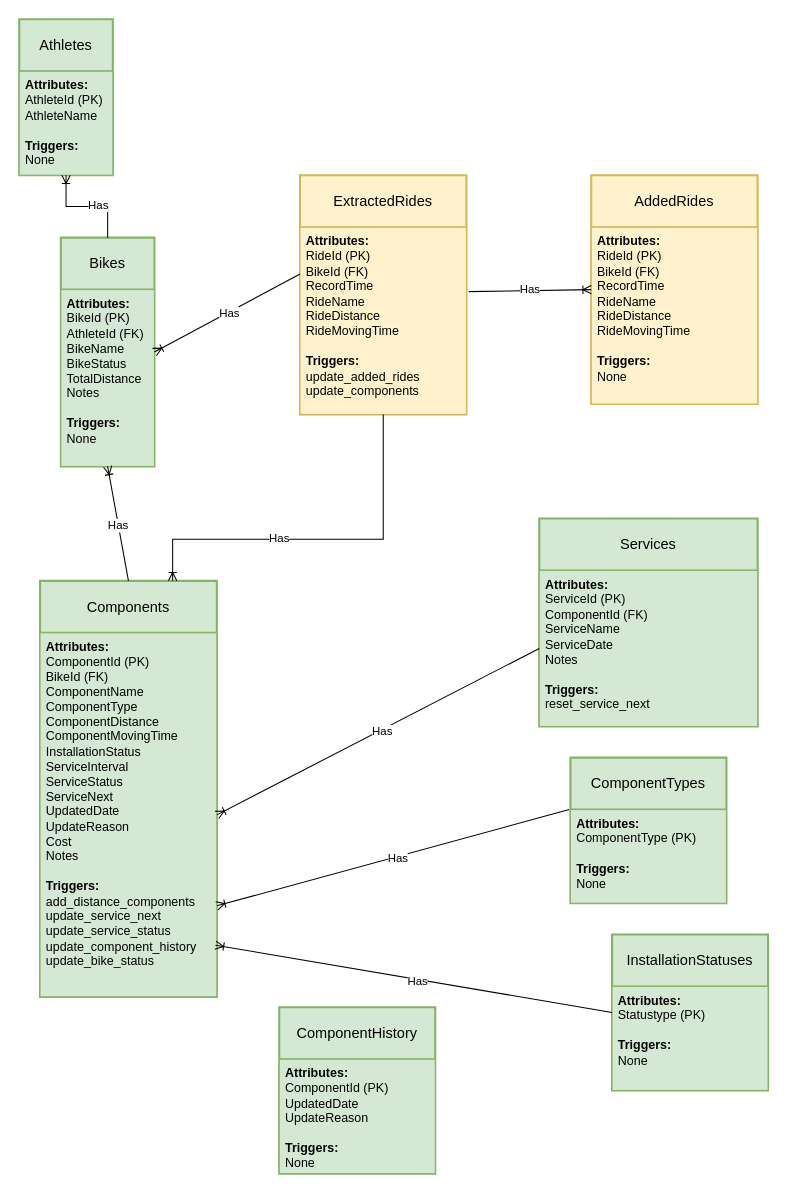
xivind/velo-supervisor-2000 keeps this draw.io diagram as page "ER diagram" (2 of 3) of docs/erd_complete.drawio. Above is the earlier version. Source tidied: cells renumbered, new cells numbered last; positions are measured from the earlier drawing's top-left corner, leaving out a move shared by most shapes. Both pictures are drawn from the tidied source at 104%, with x=0, y=0 at pixel (19, 19).
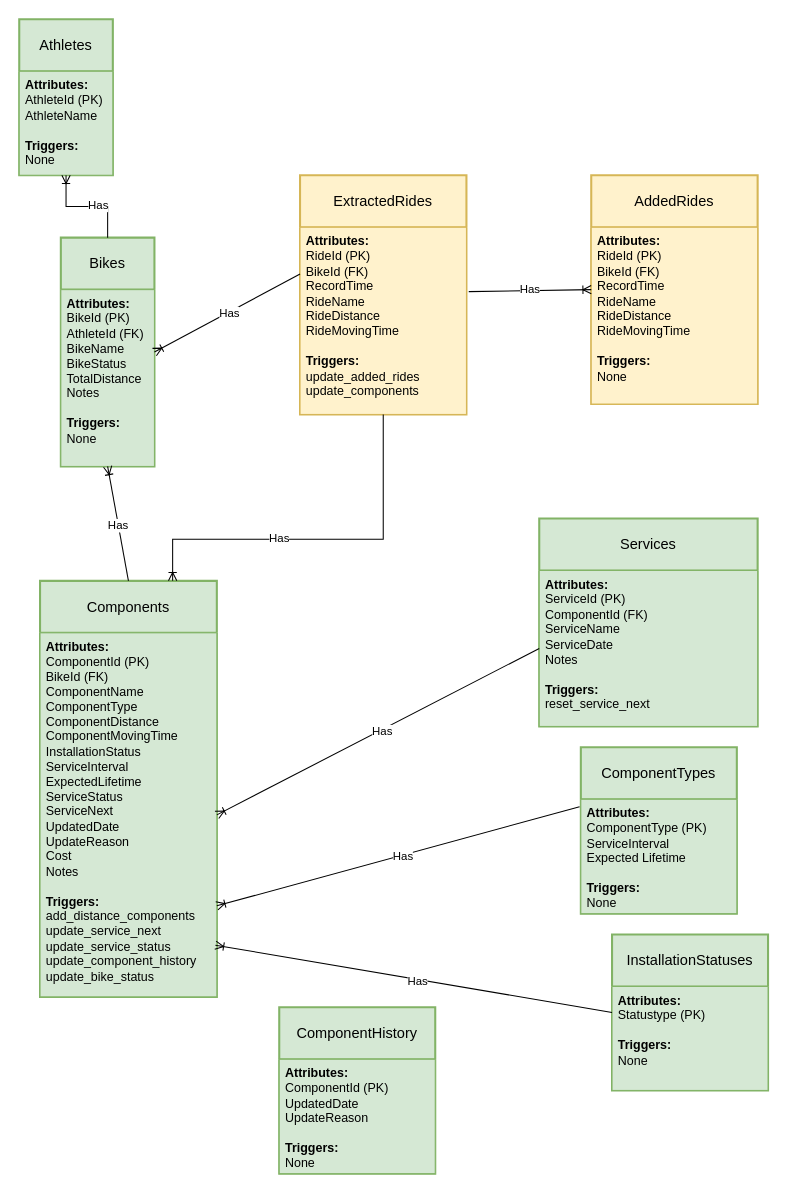
The same page after the edit.

Unchanged cells that the change refers to:
```xml
<mxCell id="8" value="Components" style="swimlane;horizontal=1;startSize=50;rounded=1;fontSize=14;fontStyle=0;strokeWidth=2;shadow=0;dashed=0;align=center;arcSize=0;whiteSpace=wrap;html=1;fillColor=#d5e8d4;strokeColor=#82b366;" parent="1" vertex="1">
  <mxGeometry x="20" y="540" width="170" height="400" as="geometry" />
</mxCell>
```

The edit, as a diff of the source:
```diff
@@
-    <mxCell id="9" value="&lt;div&gt;&lt;span style=&quot;background-color: initial;&quot;&gt;&lt;b&gt;Attributes:&lt;/b&gt;&lt;/span&gt;&lt;/div&gt;&lt;div&gt;&lt;span style=&quot;background-color: initial;&quot;&gt;ComponentId (PK)&lt;/span&gt;&lt;br&gt;&lt;/div&gt;&lt;div&gt;BikeId (FK)&lt;/div&gt;ComponentName&lt;div&gt;ComponentType&lt;/div&gt;&lt;div&gt;ComponentDistance&lt;br&gt;&lt;/div&gt;&lt;div&gt;ComponentMovingTime&lt;br&gt;&lt;/div&gt;&lt;div&gt;InstallationStatus&lt;/div&gt;&lt;div&gt;ServiceInterval&lt;/div&gt;&lt;div&gt;ServiceStatus&lt;/div&gt;&lt;div&gt;ServiceNext&lt;/div&gt;&lt;div&gt;&lt;span style=&quot;background-color: initial;&quot;&gt;Updated&lt;/span&gt;&lt;span style=&quot;background-color: initial;&quot;&gt;Date&lt;/span&gt;&lt;br&gt;&lt;/div&gt;&lt;div&gt;UpdateReason&lt;/div&gt;&lt;div&gt;Cost&lt;/div&gt;&lt;div&gt;Notes&lt;/div&gt;&lt;div&gt;&lt;br&gt;&lt;/div&gt;&lt;div&gt;&lt;b&gt;Triggers:&lt;/b&gt;&lt;/div&gt;&lt;div&gt;add_distance_components&lt;/div&gt;&lt;div&gt;update_service_next&lt;/div&gt;&lt;div&gt;update_service_status&lt;/div&gt;&lt;div&gt;update_component_history&lt;/div&gt;&lt;div&gt;update_bike_status&lt;/div&gt;" style="align=left;strokeColor=#82b366;fillColor=#d5e8d4;spacingLeft=4;fontSize=12;verticalAlign=top;html=1;" parent="8" vertex="1">
+    <mxCell id="9" value="&lt;div&gt;&lt;span style=&quot;background-color: initial;&quot;&gt;&lt;b&gt;Attributes:&lt;/b&gt;&lt;/span&gt;&lt;/div&gt;&lt;div&gt;&lt;span style=&quot;background-color: initial;&quot;&gt;ComponentId (PK)&lt;/span&gt;&lt;br&gt;&lt;/div&gt;&lt;div&gt;BikeId (FK)&lt;/div&gt;ComponentName&lt;div&gt;ComponentType&lt;/div&gt;&lt;div&gt;ComponentDistance&lt;br&gt;&lt;/div&gt;&lt;div&gt;ComponentMovingTime&lt;br&gt;&lt;/div&gt;&lt;div&gt;InstallationStatus&lt;/div&gt;&lt;div&gt;ServiceInterval&lt;/div&gt;&lt;div&gt;ExpectedLifetime&lt;/div&gt;&lt;div&gt;ServiceStatus&lt;/div&gt;&lt;div&gt;ServiceNext&lt;/div&gt;&lt;div&gt;&lt;span style=&quot;background-color: initial;&quot;&gt;Updated&lt;/span&gt;&lt;span style=&quot;background-color: initial;&quot;&gt;Date&lt;/span&gt;&lt;br&gt;&lt;/div&gt;&lt;div&gt;UpdateReason&lt;/div&gt;&lt;div&gt;Cost&lt;/div&gt;&lt;div&gt;Notes&lt;/div&gt;&lt;div&gt;&lt;br&gt;&lt;/div&gt;&lt;div&gt;&lt;b&gt;Triggers:&lt;/b&gt;&lt;/div&gt;&lt;div&gt;add_distance_components&lt;/div&gt;&lt;div&gt;update_service_next&lt;/div&gt;&lt;div&gt;update_service_status&lt;/div&gt;&lt;div&gt;update_component_history&lt;/div&gt;&lt;div&gt;update_bike_status&lt;/div&gt;" style="align=left;strokeColor=#82b366;fillColor=#d5e8d4;spacingLeft=4;fontSize=12;verticalAlign=top;html=1;" parent="8" vertex="1">
       <mxGeometry y="50" width="170" height="350" as="geometry" />
     </mxCell>
@@
     <mxCell id="26" value="ComponentTypes" style="swimlane;horizontal=1;startSize=50;rounded=1;fontSize=14;fontStyle=0;strokeWidth=2;shadow=0;dashed=0;align=center;arcSize=0;whiteSpace=wrap;html=1;fillColor=#d5e8d4;strokeColor=#82b366;" parent="1" vertex="1">
-      <mxGeometry x="530" y="710" width="150" height="140" as="geometry" />
+      <mxGeometry x="540" y="700" width="150" height="160" as="geometry" />
     </mxCell>
-    <mxCell id="27" value="&lt;div&gt;&lt;b&gt;Attributes:&lt;/b&gt;&lt;br&gt;&lt;/div&gt;&lt;div&gt;ComponentType (PK)&lt;/div&gt;&lt;div&gt;&lt;br&gt;&lt;/div&gt;&lt;div&gt;&lt;div&gt;&lt;b&gt;Triggers:&lt;/b&gt;&lt;br&gt;&lt;/div&gt;&lt;div&gt;None&lt;/div&gt;&lt;/div&gt;" style="align=left;strokeColor=#82b366;fillColor=#d5e8d4;spacingLeft=4;fontSize=12;verticalAlign=top;html=1;" parent="26" vertex="1">
-      <mxGeometry y="50" width="150" height="90" as="geometry" />
+    <mxCell id="27" value="&lt;div&gt;&lt;b&gt;Attributes:&lt;/b&gt;&lt;br&gt;&lt;/div&gt;&lt;div&gt;ComponentType (PK)&lt;/div&gt;&lt;div&gt;ServiceInterval&lt;/div&gt;&lt;div&gt;Expected Lifetime&lt;/div&gt;&lt;div&gt;&lt;br&gt;&lt;/div&gt;&lt;div&gt;&lt;div&gt;&lt;b&gt;Triggers:&lt;/b&gt;&lt;br&gt;&lt;/div&gt;&lt;div&gt;None&lt;/div&gt;&lt;/div&gt;" style="align=left;strokeColor=#82b366;fillColor=#d5e8d4;spacingLeft=4;fontSize=12;verticalAlign=top;html=1;" parent="26" vertex="1">
+      <mxGeometry y="50" width="150" height="110" as="geometry" />
     </mxCell>
```
